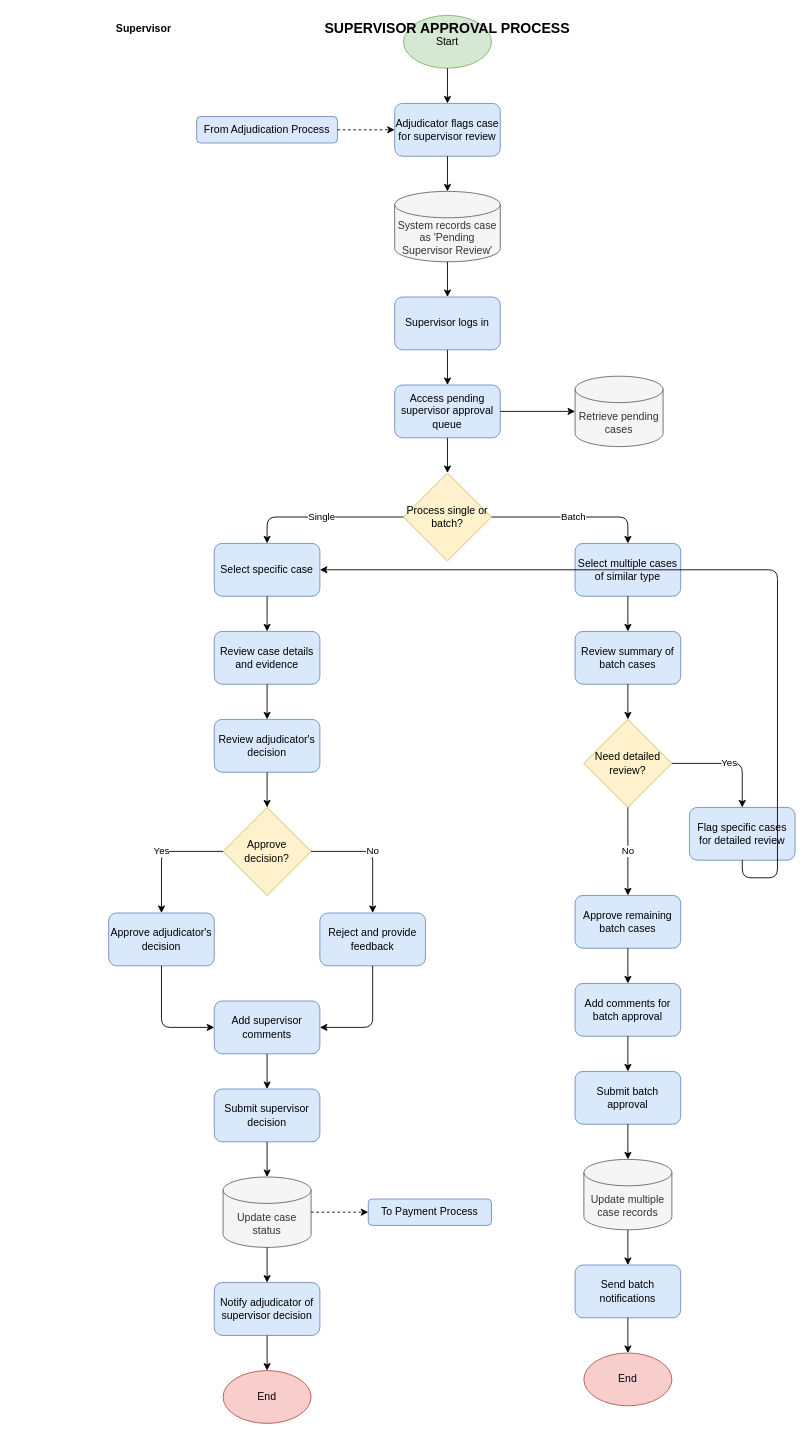
Before: supervisor_approval_process.drawio in PotatoLover169/CTTMO-Traffic-violation-Management-System, a draw.io diagram. Source tidied: cells renumbered, new cells numbered last; positions are measured from the earlier drawing's top-left corner, leaving out a move shared by most shapes. Both pictures are drawn from the tidied source at 88%, with x=0, y=0 at pixel (108, 15).
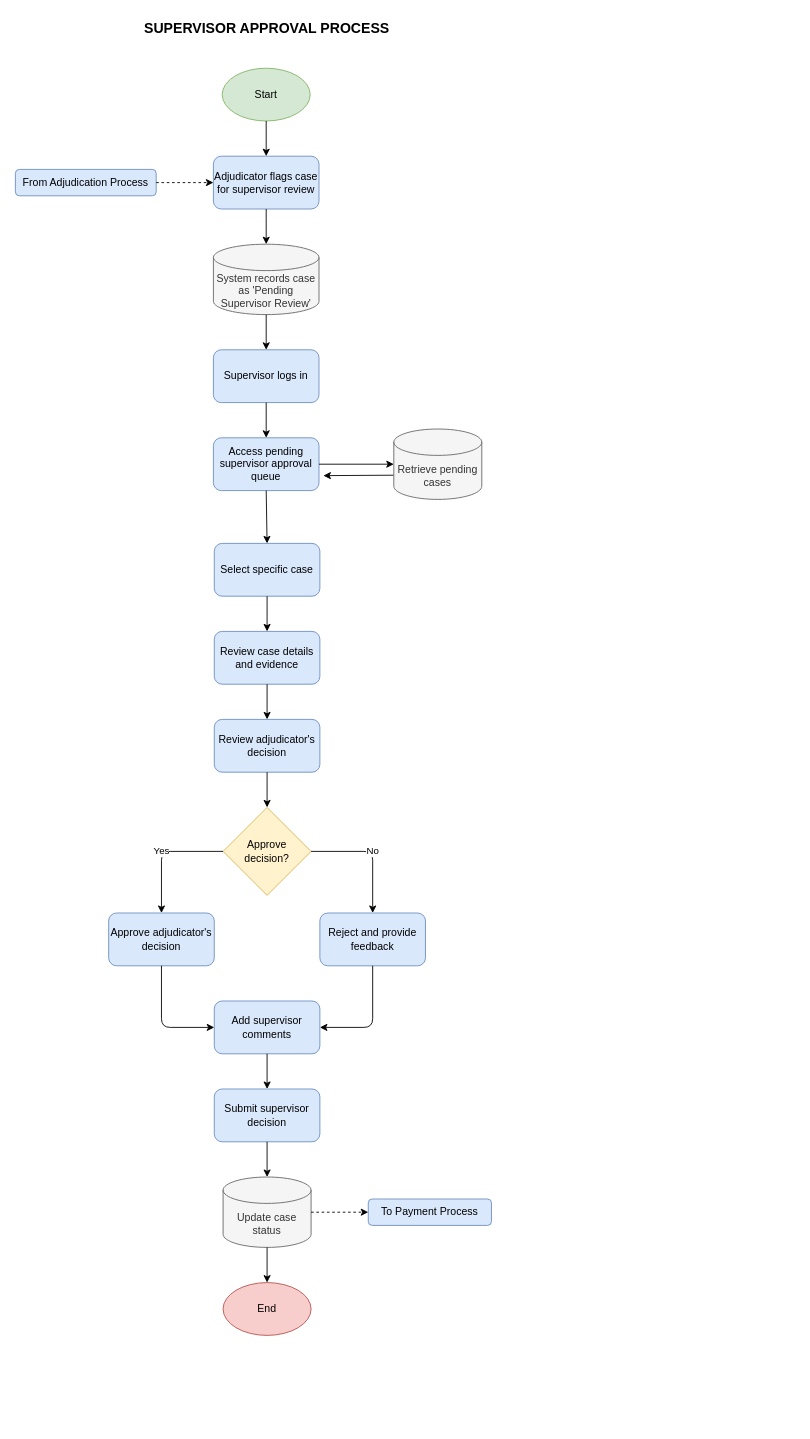
The same diagram, later.

The change refers to these unchanged cells:
```xml
<mxCell id="9" value="Select specific case" style="rounded=1;whiteSpace=wrap;html=1;fillColor=#dae8fc;strokeColor=#6c8ebf;" parent="1" vertex="1">
  <mxGeometry x="120" y="600" width="120" height="60" as="geometry" />
</mxCell>
<mxCell id="18" value="Update case status" style="shape=cylinder3;whiteSpace=wrap;html=1;boundedLbl=1;backgroundOutline=1;size=15;fillColor=#f5f5f5;fontColor=#333333;strokeColor=#666666;" parent="1" vertex="1">
  <mxGeometry x="130" y="1320" width="100" height="80" as="geometry" />
</mxCell>
```

What changed in the source:
```diff
@@
     <mxCell id="2" value="Start" style="ellipse;whiteSpace=wrap;html=1;fillColor=#d5e8d4;strokeColor=#82b366;" parent="1" vertex="1">
-      <mxGeometry x="335" width="100" height="60" as="geometry" />
+      <mxGeometry x="129" y="60" width="100" height="60" as="geometry" />
     </mxCell>
     <mxCell id="3" value="Adjudicator flags case for supervisor review" style="rounded=1;whiteSpace=wrap;html=1;fillColor=#dae8fc;strokeColor=#6c8ebf;" parent="1" vertex="1">
-      <mxGeometry x="325" y="100" width="120" height="60" as="geometry" />
+      <mxGeometry x="119" y="160" width="120" height="60" as="geometry" />
     </mxCell>
     <mxCell id="4" value="System records case as 'Pending Supervisor Review'" style="shape=cylinder3;whiteSpace=wrap;html=1;boundedLbl=1;backgroundOutline=1;size=15;fillColor=#f5f5f5;fontColor=#333333;strokeColor=#666666;" parent="1" vertex="1">
-      <mxGeometry x="325" y="200" width="120" height="80" as="geometry" />
+      <mxGeometry x="119" y="260" width="120" height="80" as="geometry" />
     </mxCell>
     <mxCell id="5" value="Supervisor logs in" style="rounded=1;whiteSpace=wrap;html=1;fillColor=#dae8fc;strokeColor=#6c8ebf;" parent="1" vertex="1">
-      <mxGeometry x="325" y="320" width="120" height="60" as="geometry" />
+      <mxGeometry x="119" y="380" width="120" height="60" as="geometry" />
     </mxCell>
     <mxCell id="6" value="Access pending supervisor approval queue" style="rounded=1;whiteSpace=wrap;html=1;fillColor=#dae8fc;strokeColor=#6c8ebf;" parent="1" vertex="1">
-      <mxGeometry x="325" y="420" width="120" height="60" as="geometry" />
+      <mxGeometry x="119" y="480" width="120" height="60" as="geometry" />
     </mxCell>
+    <mxCell id="65" style="edgeStyle=none;html=1;exitX=0;exitY=0;exitDx=0;exitDy=52.5;exitPerimeter=0;" parent="1" edge="1" source="7">
+      <mxGeometry relative="1" as="geometry">
+        <mxPoint x="244" y="523" as="targetPoint" />
+      </mxGeometry>
+    </mxCell>
     <mxCell id="7" value="Retrieve pending cases" style="shape=cylinder3;whiteSpace=wrap;html=1;boundedLbl=1;backgroundOutline=1;size=15;fillColor=#f5f5f5;fontColor=#333333;strokeColor=#666666;" parent="1" vertex="1">
-      <mxGeometry x="530" y="410" width="100" height="80" as="geometry" />
+      <mxGeometry x="324" y="470" width="100" height="80" as="geometry" />
     </mxCell>
-    <mxCell id="8" value="Process single or batch?" style="rhombus;whiteSpace=wrap;html=1;fillColor=#fff2cc;strokeColor=#d6b656;" parent="1" vertex="1">
-      <mxGeometry x="335" y="520" width="100" height="100" as="geometry" />
-    </mxCell>
@@
-    <mxCell id="10" value="Select multiple cases of similar type" style="rounded=1;whiteSpace=wrap;html=1;fillColor=#dae8fc;strokeColor=#6c8ebf;" parent="1" vertex="1">
-      <mxGeometry x="530" y="600" width="120" height="60" as="geometry" />
-    </mxCell>
@@
-    <mxCell id="19" value="Notify adjudicator of supervisor decision" style="rounded=1;whiteSpace=wrap;html=1;fillColor=#dae8fc;strokeColor=#6c8ebf;" parent="1" vertex="1">
-      <mxGeometry x="120" y="1440" width="120" height="60" as="geometry" />
-    </mxCell>
     <mxCell id="20" value="End" style="ellipse;whiteSpace=wrap;html=1;fillColor=#f8cecc;strokeColor=#b85450;" parent="1" vertex="1">
-      <mxGeometry x="130" y="1540" width="100" height="60" as="geometry" />
+      <mxGeometry x="130" y="1440" width="100" height="60" as="geometry" />
     </mxCell>
-    <mxCell id="21" value="Review summary of batch cases" style="rounded=1;whiteSpace=wrap;html=1;fillColor=#dae8fc;strokeColor=#6c8ebf;" parent="1" vertex="1">
-      <mxGeometry x="530" y="700" width="120" height="60" as="geometry" />
-    </mxCell>
-    <mxCell id="22" value="Need detailed review?" style="rhombus;whiteSpace=wrap;html=1;fillColor=#fff2cc;strokeColor=#d6b656;" parent="1" vertex="1">
-      <mxGeometry x="540" y="800" width="100" height="100" as="geometry" />
-    </mxCell>
-    <mxCell id="23" value="Flag specific cases for detailed review" style="rounded=1;whiteSpace=wrap;html=1;fillColor=#dae8fc;strokeColor=#6c8ebf;" parent="1" vertex="1">
-      <mxGeometry x="660" y="900" width="120" height="60" as="geometry" />
-    </mxCell>
-    <mxCell id="24" value="Approve remaining batch cases" style="rounded=1;whiteSpace=wrap;html=1;fillColor=#dae8fc;strokeColor=#6c8ebf;" parent="1" vertex="1">
-      <mxGeometry x="530" y="1000" width="120" height="60" as="geometry" />
-    </mxCell>
-    <mxCell id="25" value="Add comments for batch approval" style="rounded=1;whiteSpace=wrap;html=1;fillColor=#dae8fc;strokeColor=#6c8ebf;" parent="1" vertex="1">
-      <mxGeometry x="530" y="1100" width="120" height="60" as="geometry" />
-    </mxCell>
-    <mxCell id="26" value="Submit batch approval" style="rounded=1;whiteSpace=wrap;html=1;fillColor=#dae8fc;strokeColor=#6c8ebf;" parent="1" vertex="1">
-      <mxGeometry x="530" y="1200" width="120" height="60" as="geometry" />
-    </mxCell>
-    <mxCell id="27" value="Update multiple case records" style="shape=cylinder3;whiteSpace=wrap;html=1;boundedLbl=1;backgroundOutline=1;size=15;fillColor=#f5f5f5;fontColor=#333333;strokeColor=#666666;" parent="1" vertex="1">
-      <mxGeometry x="540" y="1300" width="100" height="80" as="geometry" />
-    </mxCell>
-    <mxCell id="28" value="Send batch notifications" style="rounded=1;whiteSpace=wrap;html=1;fillColor=#dae8fc;strokeColor=#6c8ebf;" parent="1" vertex="1">
-      <mxGeometry x="530" y="1420" width="120" height="60" as="geometry" />
-    </mxCell>
-    <mxCell id="29" value="End" style="ellipse;whiteSpace=wrap;html=1;fillColor=#f8cecc;strokeColor=#b85450;" parent="1" vertex="1">
-      <mxGeometry x="540" y="1520" width="100" height="60" as="geometry" />
-    </mxCell>
@@
-    <mxCell id="35" style="endArrow=classic;html=1;exitX=0.5;exitY=1;exitDx=0;exitDy=0;entryX=0.5;entryY=0;entryDx=0;entryDy=0;" parent="1" edge="1" source="6" target="8">
+    <mxCell id="35" style="endArrow=classic;html=1;exitX=0.5;exitY=1;exitDx=0;exitDy=0;entryX=0.5;entryY=0;entryDx=0;entryDy=0;" parent="1" edge="1" source="6" target="9">
       <mxGeometry relative="1" as="geometry" />
     </mxCell>
-    <mxCell id="36" value="Single" style="endArrow=classic;html=1;exitX=0;exitY=0.5;exitDx=0;exitDy=0;entryX=0.5;entryY=0;entryDx=0;entryDy=0;" parent="1" edge="1" source="8" target="9">
-      <mxGeometry relative="1" as="geometry">
-        <Array as="points">
-          <mxPoint x="180" y="570" />
-        </Array>
-      </mxGeometry>
-    </mxCell>
-    <mxCell id="37" value="Batch" style="endArrow=classic;html=1;exitX=1;exitY=0.5;exitDx=0;exitDy=0;entryX=0.5;entryY=0;entryDx=0;entryDy=0;" parent="1" edge="1" source="8" target="10">
-      <mxGeometry relative="1" as="geometry">
-        <Array as="points">
-          <mxPoint x="590" y="570" />
-        </Array>
-      </mxGeometry>
-    </mxCell>
@@
-    <mxCell id="47" style="endArrow=classic;html=1;exitX=0.5;exitY=1;exitDx=0;exitDy=0;entryX=0.5;entryY=0;entryDx=0;entryDy=0;" parent="1" edge="1" source="18" target="19">
-      <mxGeometry relative="1" as="geometry" />
+    <mxCell id="47" style="endArrow=classic;html=1;exitX=0.5;exitY=1;exitDx=0;exitDy=0;entryX=0.5;entryY=0;entryDx=0;entryDy=0;" parent="1" edge="1" source="18">
+      <mxGeometry relative="1" as="geometry">
+        <mxPoint x="180" y="1440" as="targetPoint" />
+      </mxGeometry>
     </mxCell>
-    <mxCell id="48" style="endArrow=classic;html=1;exitX=0.5;exitY=1;exitDx=0;exitDy=0;entryX=0.5;entryY=0;entryDx=0;entryDy=0;" parent="1" edge="1" source="19" target="20">
-      <mxGeometry relative="1" as="geometry" />
-    </mxCell>
-    <mxCell id="49" style="endArrow=classic;html=1;exitX=0.5;exitY=1;exitDx=0;exitDy=0;entryX=0.5;entryY=0;entryDx=0;entryDy=0;" parent="1" edge="1" source="10" target="21">
-      <mxGeometry relative="1" as="geometry" />
-    </mxCell>
-    <mxCell id="50" style="endArrow=classic;html=1;exitX=0.5;exitY=1;exitDx=0;exitDy=0;entryX=0.5;entryY=0;entryDx=0;entryDy=0;" parent="1" edge="1" source="21" target="22">
-      <mxGeometry relative="1" as="geometry" />
-    </mxCell>
-    <mxCell id="51" value="Yes" style="endArrow=classic;html=1;exitX=1;exitY=0.5;exitDx=0;exitDy=0;entryX=0.5;entryY=0;entryDx=0;entryDy=0;" parent="1" edge="1" source="22" target="23">
-      <mxGeometry relative="1" as="geometry">
-        <Array as="points">
-          <mxPoint x="720" y="850" />
-        </Array>
-      </mxGeometry>
-    </mxCell>
-    <mxCell id="52" style="endArrow=classic;html=1;exitX=0.5;exitY=1;exitDx=0;exitDy=0;entryX=1;entryY=0.5;entryDx=0;entryDy=0;" parent="1" edge="1" source="23" target="9">
-      <mxGeometry relative="1" as="geometry">
-        <Array as="points">
-          <mxPoint x="720" y="980" />
-          <mxPoint x="760" y="980" />
-          <mxPoint x="760" y="630" />
-        </Array>
-      </mxGeometry>
-    </mxCell>
-    <mxCell id="53" value="No" style="endArrow=classic;html=1;exitX=0.5;exitY=1;exitDx=0;exitDy=0;entryX=0.5;entryY=0;entryDx=0;entryDy=0;" parent="1" edge="1" source="22" target="24">
-      <mxGeometry relative="1" as="geometry" />
-    </mxCell>
-    <mxCell id="54" style="endArrow=classic;html=1;exitX=0.5;exitY=1;exitDx=0;exitDy=0;entryX=0.5;entryY=0;entryDx=0;entryDy=0;" parent="1" edge="1" source="24" target="25">
-      <mxGeometry relative="1" as="geometry" />
-    </mxCell>
-    <mxCell id="55" style="endArrow=classic;html=1;exitX=0.5;exitY=1;exitDx=0;exitDy=0;entryX=0.5;entryY=0;entryDx=0;entryDy=0;" parent="1" edge="1" source="25" target="26">
-      <mxGeometry relative="1" as="geometry" />
-    </mxCell>
-    <mxCell id="56" style="endArrow=classic;html=1;exitX=0.5;exitY=1;exitDx=0;exitDy=0;entryX=0.5;entryY=0;entryDx=0;entryDy=0;" parent="1" edge="1" source="26" target="27">
-      <mxGeometry relative="1" as="geometry" />
-    </mxCell>
-    <mxCell id="57" style="endArrow=classic;html=1;exitX=0.5;exitY=1;exitDx=0;exitDy=0;entryX=0.5;entryY=0;entryDx=0;entryDy=0;" parent="1" edge="1" source="27" target="28">
-      <mxGeometry relative="1" as="geometry" />
-    </mxCell>
-    <mxCell id="58" style="endArrow=classic;html=1;exitX=0.5;exitY=1;exitDx=0;exitDy=0;entryX=0.5;entryY=0;entryDx=0;entryDy=0;" parent="1" edge="1" source="28" target="29">
-      <mxGeometry relative="1" as="geometry" />
-    </mxCell>
     <mxCell id="59" value="SUPERVISOR APPROVAL PROCESS" style="text;html=1;strokeColor=none;fillColor=none;align=center;verticalAlign=middle;whiteSpace=wrap;rounded=0;fontSize=16;fontStyle=1;" parent="1" vertex="1">
-      <mxGeometry x="235" width="300" height="30" as="geometry" />
+      <mxGeometry x="30" width="300" height="30" as="geometry" />
     </mxCell>
-    <mxCell id="60" value="Supervisor" style="text;html=1;strokeColor=none;fillColor=none;align=center;verticalAlign=middle;whiteSpace=wrap;rounded=0;fontStyle=1;" parent="1" vertex="1">
-      <mxGeometry width="80" height="30" as="geometry" />
-    </mxCell>
     <mxCell id="61" value="From Adjudication Process" style="text;html=1;strokeColor=#6c8ebf;fillColor=#dae8fc;align=center;verticalAlign=middle;whiteSpace=wrap;rounded=1;" parent="1" vertex="1">
-      <mxGeometry x="100" y="115" width="160" height="30" as="geometry" />
+      <mxGeometry x="-106" y="175" width="160" height="30" as="geometry" />
     </mxCell>
```
